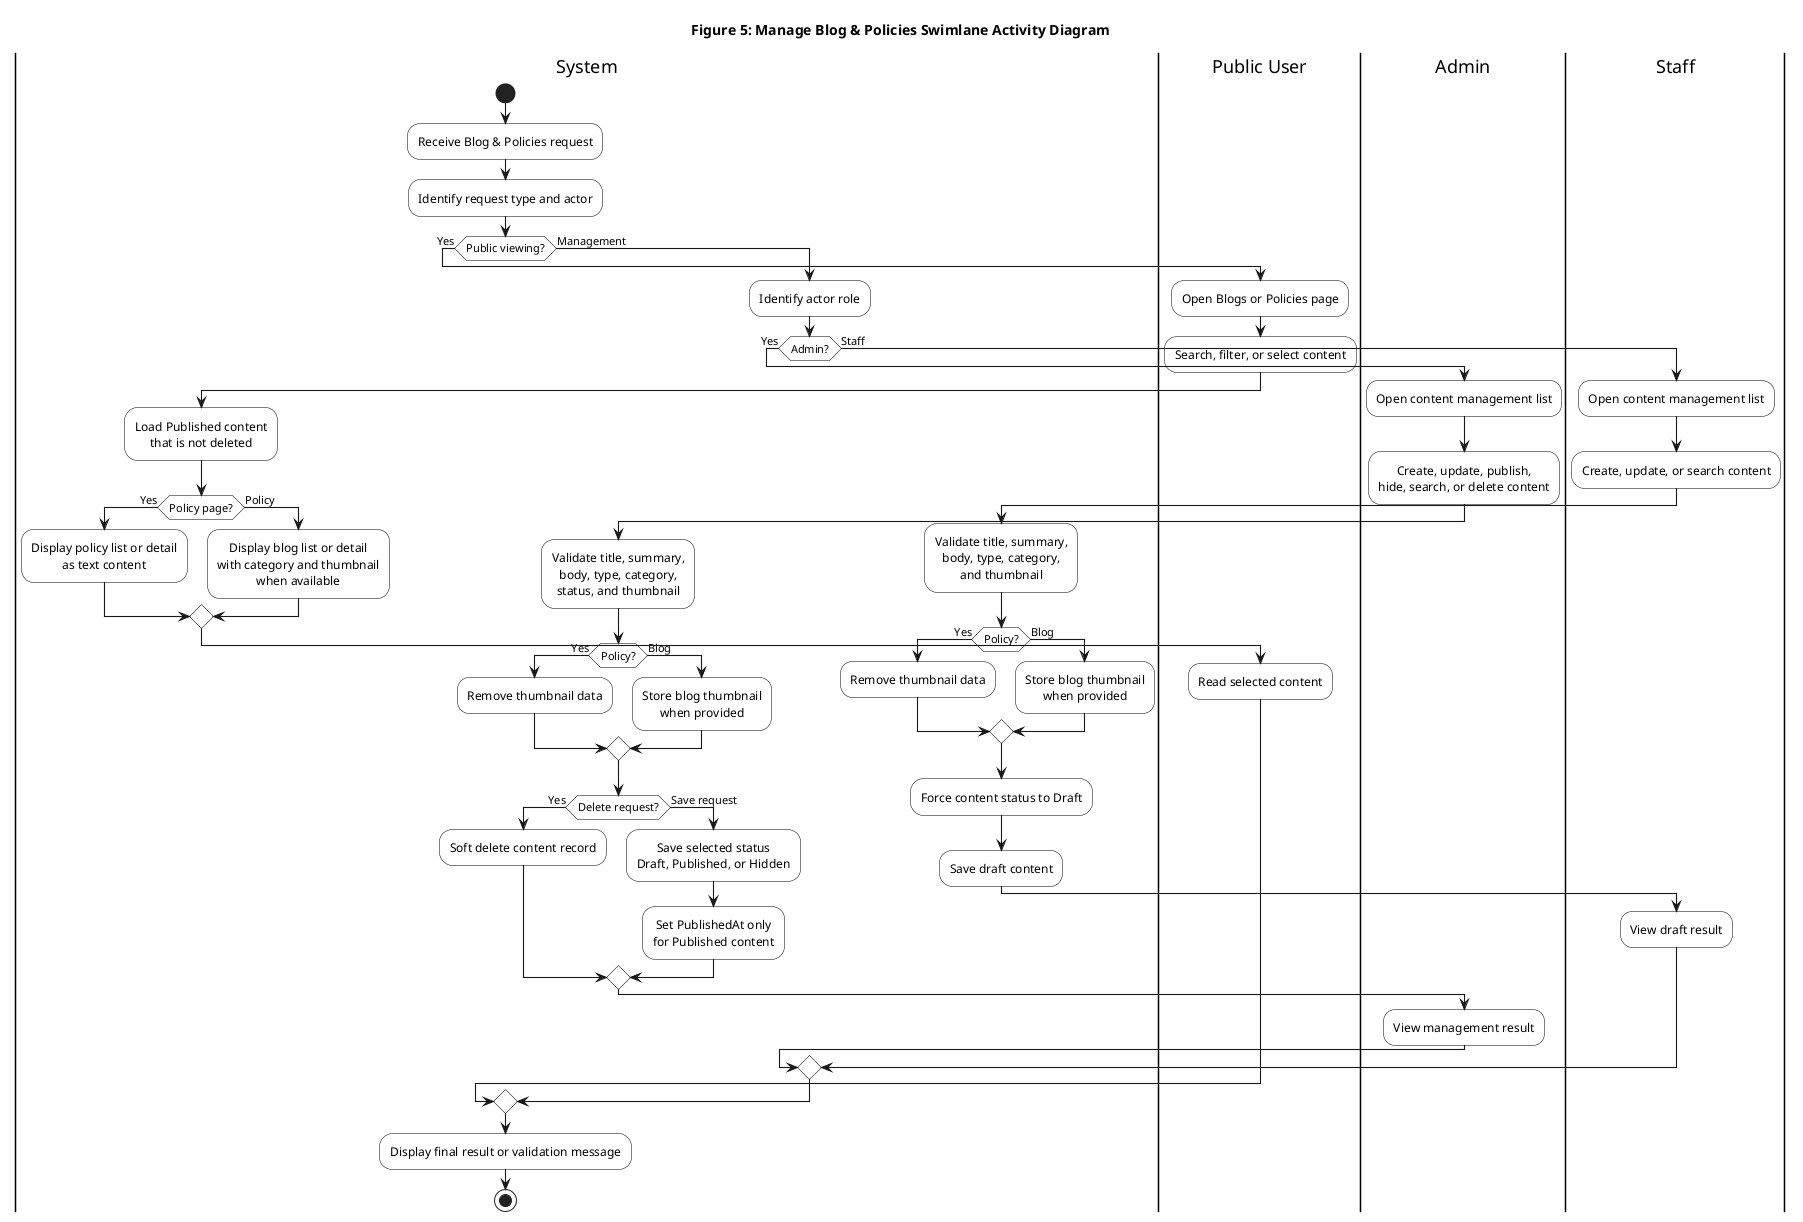
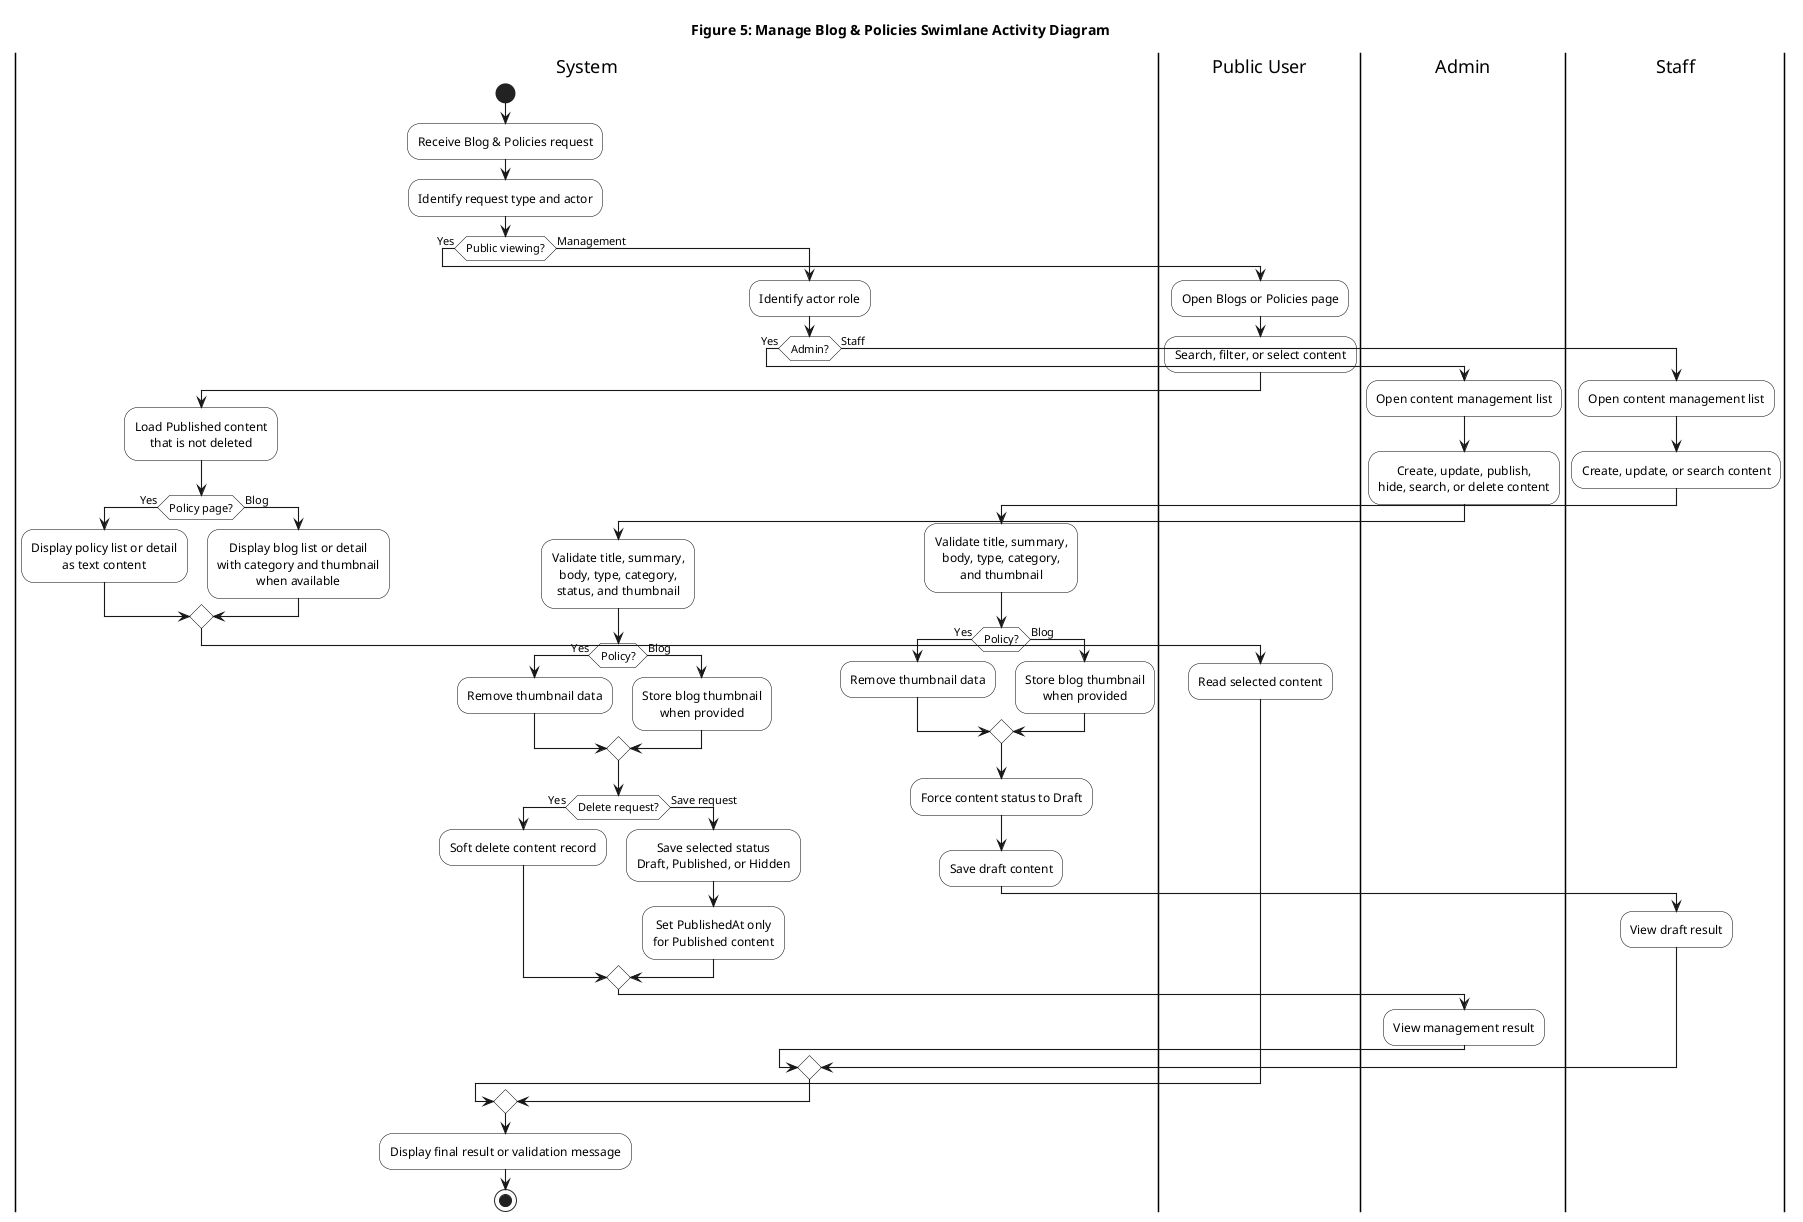
@startuml Manage_Blog_Policies_Swimlane_Activity_Diagram
title Figure 5: Manage Blog & Policies Swimlane Activity Diagram
!pragma useVerticalIf on
skinparam monochrome true
skinparam shadowing false
skinparam linetype ortho
skinparam nodesep 35
skinparam ranksep 42
skinparam defaultTextAlignment center
skinparam ArrowThickness 1.1
skinparam activity {
  BorderColor Black
  BackgroundColor White
  DiamondBorderColor Black
  DiamondBackgroundColor White
}

|System|
start
:Receive Blog & Policies request;
:Identify request type and actor;

if (Public viewing?) then (Yes)
  |Public User|
  :Open Blogs or Policies page;
  :Search, filter, or select content;
  |System|
  :Load Published content\nthat is not deleted;
  if (Policy page?) then (Yes)
    :Display policy list or detail\nas text content;
-   else (Policy)
+   else (Blog)
    :Display blog list or detail\nwith category and thumbnail\nwhen available;
  endif
  |Public User|
  :Read selected content;

else (Management)
  |System|
  :Identify actor role;

  if (Admin?) then (Yes)
    |Admin|
    :Open content management list;
    :Create, update, publish,\nhide, search, or delete content;
    |System|
    :Validate title, summary,\nbody, type, category,\nstatus, and thumbnail;
    if (Policy?) then (Yes)
      :Remove thumbnail data;
    else (Blog)
      :Store blog thumbnail\nwhen provided;
    endif
    if (Delete request?) then (Yes)
      :Soft delete content record;
    else (Save request)
      :Save selected status\nDraft, Published, or Hidden;
      :Set PublishedAt only\nfor Published content;
    endif
    |Admin|
    :View management result;

  else (Staff)
    |Staff|
    :Open content management list;
    :Create, update, or search content;
    |System|
    :Validate title, summary,\nbody, type, category,\nand thumbnail;
    if (Policy?) then (Yes)
      :Remove thumbnail data;
    else (Blog)
      :Store blog thumbnail\nwhen provided;
    endif
    :Force content status to Draft;
    :Save draft content;
    |Staff|
    :View draft result;
  endif
endif

|System|
:Display final result or validation message;
stop
@enduml
